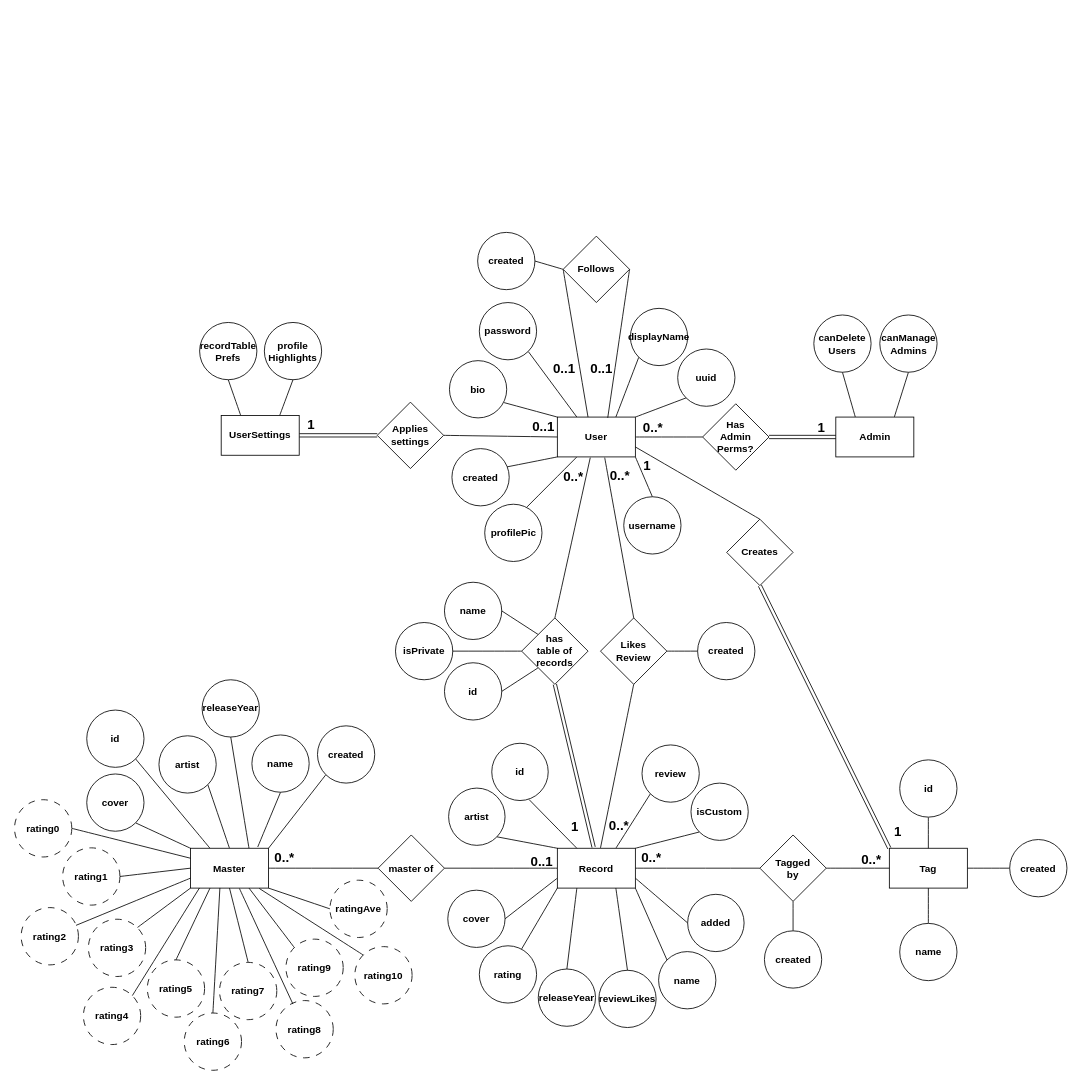
This is other/mrc2.drawio from colinb3/MyRecordCollection2, a draw.io file, before an edit. Source tidied: cells renumbered, new cells numbered last; positions are measured from the earlier drawing's top-left corner, leaving out a move shared by most shapes. Both pictures are drawn from the tidied source at 83%, with x=0, y=0 at pixel (14, 232).
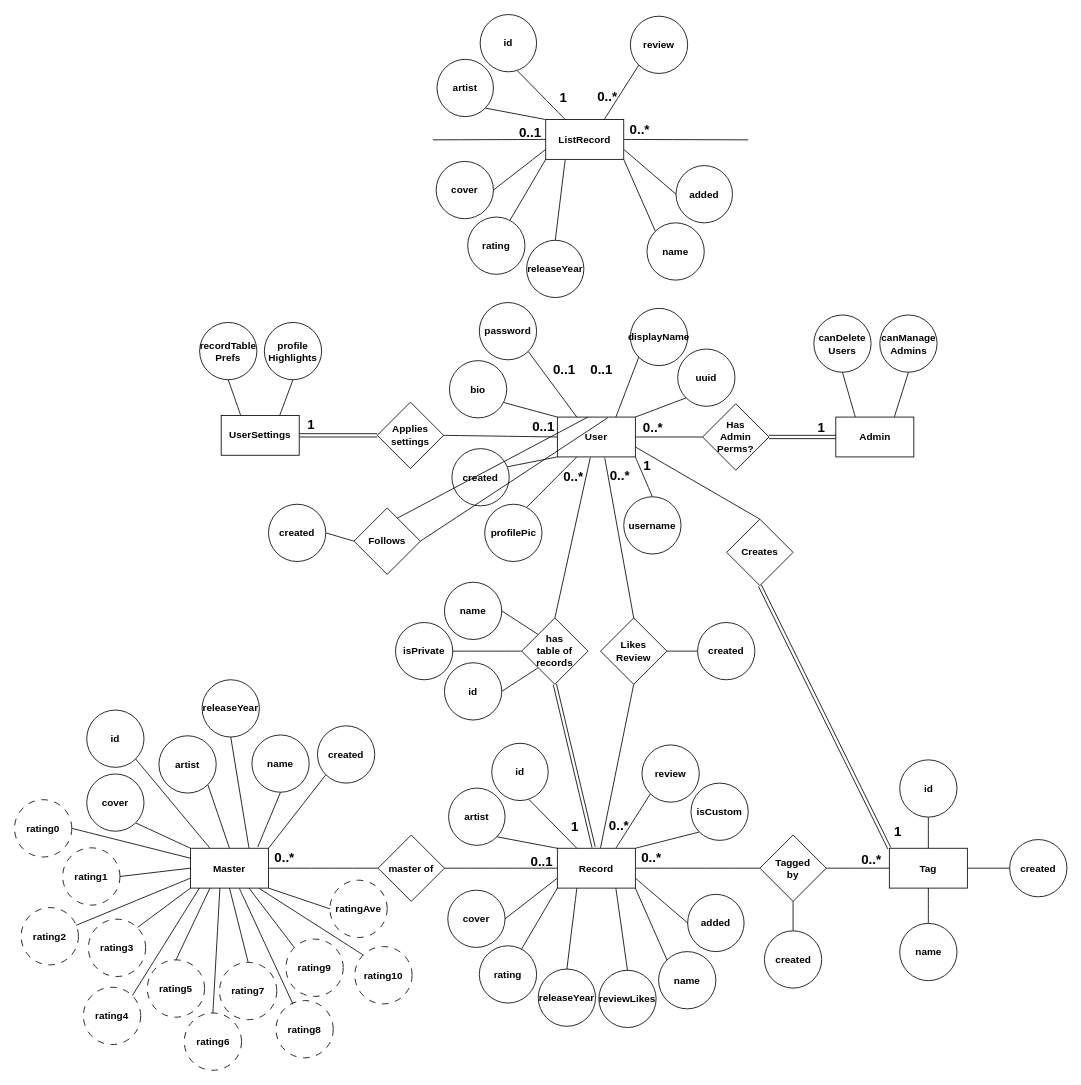
After the change.

Commit message (it also covers changes not shown here):
Remove iscustom from listrecord

The edit, as a diff of the source:
```diff
@@
     <mxCell id="74" value="Follows" style="rhombus;whiteSpace=wrap;html=1;fontStyle=1;" parent="1" vertex="1">
-      <mxGeometry x="661" y="4" width="80" height="80" as="geometry" />
+      <mxGeometry x="409" y="331.5" width="80" height="80" as="geometry" />
     </mxCell>
@@
     <mxCell id="141" value="created" style="ellipse;whiteSpace=wrap;html=1;fontStyle=1;" parent="1" vertex="1">
-      <mxGeometry x="558" y="-0.5" width="69" height="69" as="geometry" />
+      <mxGeometry x="306" y="327" width="69" height="69" as="geometry" />
     </mxCell>
@@
+    <mxCell id="144" style="edgeStyle=none;curved=1;rounded=0;jettySize=auto;html=1;exitX=0;exitY=0;exitDx=0;exitDy=0;entryX=1;entryY=1;entryDx=0;entryDy=0;fontSize=12;startSize=8;endSize=8;endArrow=none;startFill=0;fontStyle=1;" parent="1" edge="1" source="152" target="156">
+      <mxGeometry relative="1" as="geometry" />
+    </mxCell>
+    <mxCell id="145" style="edgeStyle=none;curved=1;rounded=0;jettySize=auto;html=1;exitX=1;exitY=0.75;exitDx=0;exitDy=0;entryX=0;entryY=0.5;entryDx=0;entryDy=0;fontSize=12;startSize=8;endSize=8;endArrow=none;startFill=0;fontStyle=1;" parent="1" edge="1" source="152" target="157">
+      <mxGeometry relative="1" as="geometry" />
+    </mxCell>
+    <mxCell id="146" style="edgeStyle=none;curved=1;rounded=0;jettySize=auto;html=1;exitX=0;exitY=0.75;exitDx=0;exitDy=0;entryX=1;entryY=0.5;entryDx=0;entryDy=0;fontSize=12;startSize=8;endSize=8;endArrow=none;startFill=0;fontStyle=1;" parent="1" edge="1" target="155">
+      <mxGeometry relative="1" as="geometry">
+        <mxPoint x="640" y="-100.5" as="sourcePoint" />
+      </mxGeometry>
+    </mxCell>
+    <mxCell id="147" style="edgeStyle=none;curved=1;rounded=0;jettySize=auto;html=1;exitX=0.25;exitY=1;exitDx=0;exitDy=0;entryX=0.5;entryY=0;entryDx=0;entryDy=0;fontSize=12;startSize=8;endSize=8;endArrow=none;startFill=0;fontStyle=1;" parent="1" edge="1" target="159">
+      <mxGeometry relative="1" as="geometry">
+        <mxPoint x="663.5" y="-88.5" as="sourcePoint" />
+      </mxGeometry>
+    </mxCell>
+    <mxCell id="148" style="edgeStyle=none;curved=1;rounded=0;jettySize=auto;html=1;exitX=0.75;exitY=0;exitDx=0;exitDy=0;entryX=0;entryY=1;entryDx=0;entryDy=0;fontSize=12;startSize=8;endSize=8;endArrow=none;startFill=0;fontStyle=1;" parent="1" edge="1" source="152" target="160">
+      <mxGeometry relative="1" as="geometry" />
+    </mxCell>
+    <mxCell id="149" style="edgeStyle=none;curved=1;rounded=0;jettySize=auto;html=1;exitX=1;exitY=1;exitDx=0;exitDy=0;entryX=0;entryY=0;entryDx=0;entryDy=0;fontSize=12;startSize=8;endSize=8;endArrow=none;startFill=0;fontStyle=1;" parent="1" edge="1" target="154">
+      <mxGeometry relative="1" as="geometry">
+        <mxPoint x="734" y="-88.5" as="sourcePoint" />
+      </mxGeometry>
+    </mxCell>
+    <mxCell id="150" style="edgeStyle=none;curved=1;rounded=0;jettySize=auto;html=1;exitX=0;exitY=0.5;exitDx=0;exitDy=0;entryX=1;entryY=0.5;entryDx=0;entryDy=0;fontSize=12;startSize=8;endSize=8;endArrow=none;startFill=0;fontStyle=1;" parent="1" edge="1" source="152">
+      <mxGeometry relative="1" as="geometry">
+        <mxPoint x="504" y="-112" as="targetPoint" />
+      </mxGeometry>
+    </mxCell>
+    <mxCell id="151" style="edgeStyle=none;curved=1;rounded=0;jettySize=auto;html=1;exitX=1;exitY=0.5;exitDx=0;exitDy=0;entryX=0;entryY=0.5;entryDx=0;entryDy=0;fontSize=12;startSize=8;endSize=8;endArrow=none;startFill=0;fontStyle=1;" parent="1" edge="1" source="152">
+      <mxGeometry relative="1" as="geometry">
+        <mxPoint x="884" y="-112" as="targetPoint" />
+      </mxGeometry>
+    </mxCell>
+    <mxCell id="152" value="ListRecord" style="rounded=0;whiteSpace=wrap;html=1;fontStyle=1;" parent="1" vertex="1">
+      <mxGeometry x="640" y="-136.5" width="94" height="48" as="geometry" />
+    </mxCell>
+    <mxCell id="153" value="rating" style="ellipse;whiteSpace=wrap;html=1;fontStyle=1;" parent="1" vertex="1">
+      <mxGeometry x="546" y="-19" width="69" height="69" as="geometry" />
+    </mxCell>
+    <mxCell id="154" value="name" style="ellipse;whiteSpace=wrap;html=1;fontStyle=1;" parent="1" vertex="1">
+      <mxGeometry x="762" y="-12" width="69" height="69" as="geometry" />
+    </mxCell>
+    <mxCell id="155" value="cover" style="ellipse;whiteSpace=wrap;html=1;fontStyle=1;" parent="1" vertex="1">
+      <mxGeometry x="508" y="-86" width="69" height="69" as="geometry" />
+    </mxCell>
+    <mxCell id="156" value="artist" style="ellipse;whiteSpace=wrap;html=1;fontStyle=1;" parent="1" vertex="1">
+      <mxGeometry x="509" y="-209" width="68" height="69" as="geometry" />
+    </mxCell>
+    <mxCell id="157" value="added" style="ellipse;whiteSpace=wrap;html=1;fontStyle=1;" parent="1" vertex="1">
+      <mxGeometry x="797" y="-81" width="68" height="69" as="geometry" />
+    </mxCell>
+    <mxCell id="158" value="id" style="ellipse;whiteSpace=wrap;html=1;fontStyle=1;" parent="1" vertex="1">
+      <mxGeometry x="561" y="-263" width="68" height="69" as="geometry" />
+    </mxCell>
+    <mxCell id="159" value="releaseYear" style="ellipse;whiteSpace=wrap;html=1;fontStyle=1;" parent="1" vertex="1">
+      <mxGeometry x="617" y="9" width="69" height="69" as="geometry" />
+    </mxCell>
+    <mxCell id="160" value="review" style="ellipse;whiteSpace=wrap;html=1;fontStyle=1;" parent="1" vertex="1">
+      <mxGeometry x="742" y="-261" width="69" height="69" as="geometry" />
+    </mxCell>
+    <mxCell id="161" style="edgeStyle=none;curved=1;rounded=0;jettySize=auto;html=1;exitX=0.25;exitY=0;exitDx=0;exitDy=0;entryX=0.661;entryY=0.983;entryDx=0;entryDy=0;entryPerimeter=0;fontSize=12;startSize=8;endSize=8;endArrow=none;startFill=0;fontStyle=1;" parent="1" edge="1" source="152" target="158">
+      <mxGeometry relative="1" as="geometry" />
+    </mxCell>
+    <mxCell id="162" style="edgeStyle=none;curved=1;rounded=0;jettySize=auto;html=1;exitX=0;exitY=1;exitDx=0;exitDy=0;entryX=0.739;entryY=0.055;entryDx=0;entryDy=0;entryPerimeter=0;fontSize=12;startSize=8;endSize=8;endArrow=none;startFill=0;fontStyle=1;" parent="1" edge="1" target="153">
+      <mxGeometry relative="1" as="geometry">
+        <mxPoint x="640" y="-88.5" as="sourcePoint" />
+      </mxGeometry>
+    </mxCell>
+    <mxCell id="163" value="1" style="text;html=1;align=center;verticalAlign=middle;strokeColor=none;fillColor=none;fontSize=16;fontStyle=1;" parent="1" vertex="1">
+      <mxGeometry x="647" y="-179" width="27" height="31" as="geometry" />
+    </mxCell>
+    <mxCell id="164" value="0..*" style="text;html=1;align=center;verticalAlign=middle;strokeColor=none;fillColor=none;fontSize=16;fontStyle=1;" parent="1" vertex="1">
+      <mxGeometry x="693" y="-180" width="42" height="31" as="geometry" />
+    </mxCell>
+    <mxCell id="165" value="0..1" style="text;html=1;align=center;verticalAlign=middle;strokeColor=none;fillColor=none;fontSize=16;fontStyle=1;" parent="1" vertex="1">
+      <mxGeometry x="598.5" y="-137" width="45" height="31" as="geometry" />
+    </mxCell>
+    <mxCell id="166" value="0..*" style="text;html=1;align=center;verticalAlign=middle;strokeColor=none;fillColor=none;fontSize=16;fontStyle=1;" parent="1" vertex="1">
+      <mxGeometry x="731.5" y="-140.5" width="42" height="31" as="geometry" />
+    </mxCell>
```
